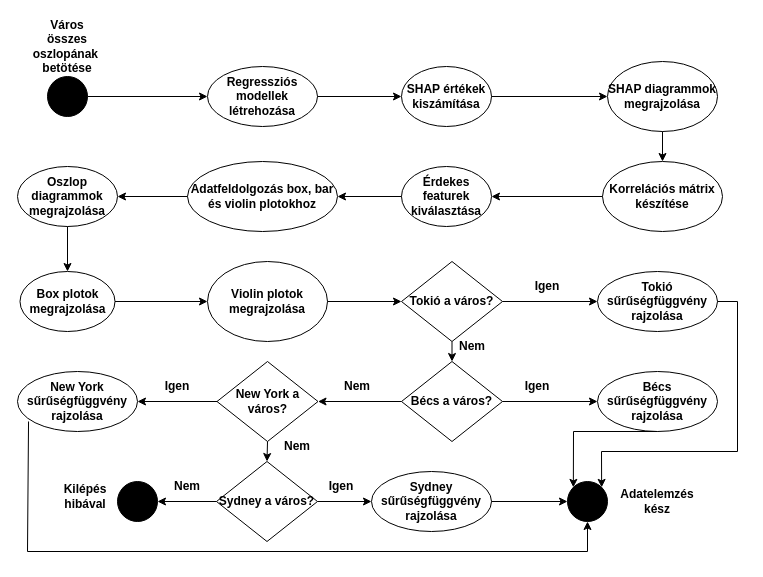
Before: Adatelemzés.drawio in HabanAndras/Gepi-latas, a draw.io diagram. Source tidied: cells renumbered, new cells numbered last; positions are measured from the earlier drawing's top-left corner, leaving out a move shared by most shapes. Both pictures are drawn from the tidied source at 100%, with x=0, y=0 at pixel (17, 31).
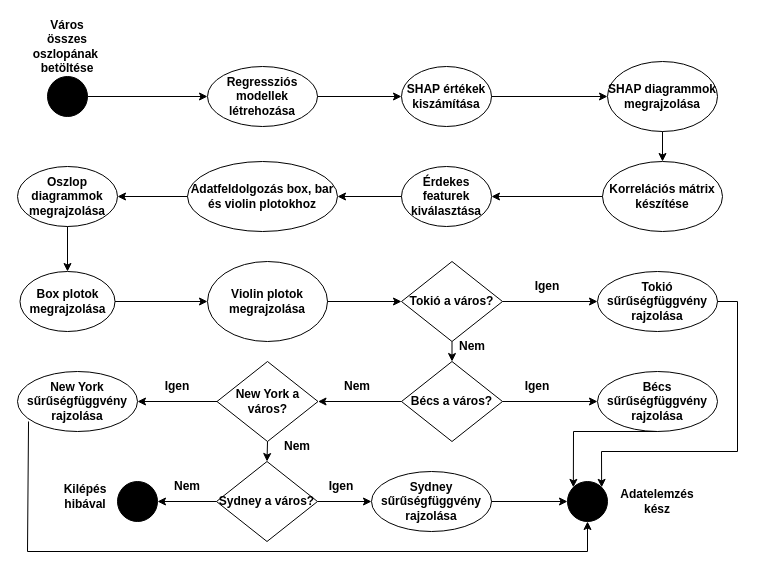
The same page after the edit.

Change to the diagram source:
```diff
@@
-    <mxCell id="3" value="&lt;b&gt;Város összes oszlopának&amp;nbsp; betötése&lt;br&gt;&lt;/b&gt;" style="text;html=1;strokeColor=none;fillColor=none;align=center;verticalAlign=middle;whiteSpace=wrap;rounded=0;" parent="1" vertex="1">
+    <mxCell id="3" value="&lt;b&gt;Város összes oszlopának&amp;nbsp; betöltése&lt;br&gt;&lt;/b&gt;" style="text;html=1;strokeColor=none;fillColor=none;align=center;verticalAlign=middle;whiteSpace=wrap;rounded=0;" parent="1" vertex="1">
       <mxGeometry x="15" width="70" height="30" as="geometry" />
     </mxCell>
```
